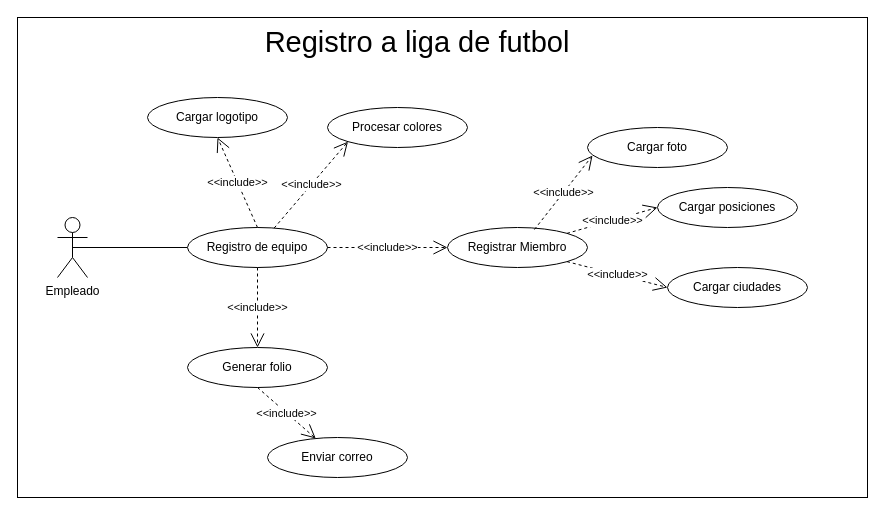
Earlier version of the draw.io diagram Diagramas/Inventario/Back-end/ComponentesR1.drawio (JorgeADnro/Torres). Source tidied: cells renumbered, new cells numbered last; positions are measured from the earlier drawing's top-left corner, leaving out a move shared by most shapes. Both pictures are drawn from the tidied source at 100%, with x=0, y=0 at pixel (17, 17).
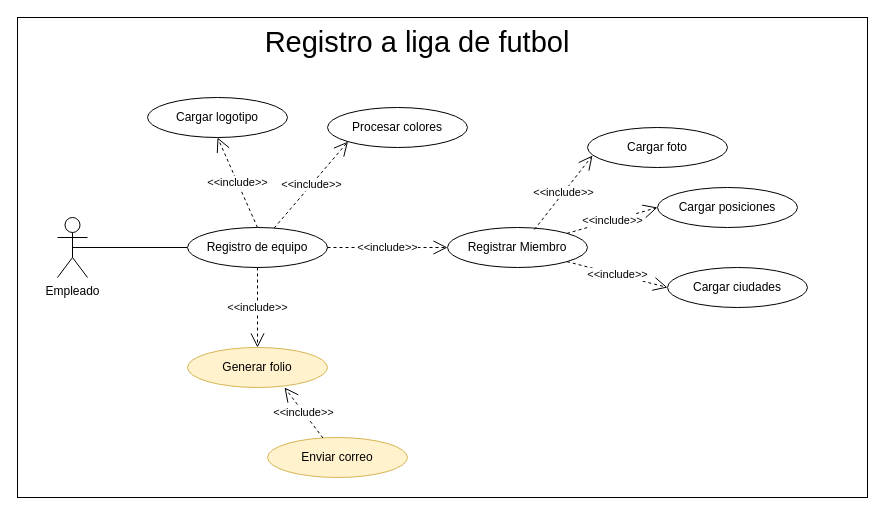
The same page after the edit.

Change to the diagram source:
```diff
@@
-    <mxCell id="7" value="Generar folio" style="ellipse;whiteSpace=wrap;html=1;" parent="1" vertex="1">
+    <mxCell id="7" value="Generar folio" style="ellipse;whiteSpace=wrap;html=1;fillColor=#fff2cc;strokeColor=#d6b656;" parent="1" vertex="1">
       <mxGeometry x="170" y="330" width="140" height="40" as="geometry" />
     </mxCell>
-    <mxCell id="8" value="Enviar correo" style="ellipse;whiteSpace=wrap;html=1;" parent="1" vertex="1">
+    <mxCell id="8" value="Enviar correo" style="ellipse;whiteSpace=wrap;html=1;fillColor=#fff2cc;strokeColor=#d6b656;" parent="1" vertex="1">
       <mxGeometry x="250" y="420" width="140" height="40" as="geometry" />
     </mxCell>
@@
-    <mxCell id="17" value="&amp;lt;&amp;lt;include&amp;gt;&amp;gt;" style="endArrow=open;endSize=12;dashed=1;html=1;rounded=0;exitX=0.5;exitY=1;exitDx=0;exitDy=0;" parent="1" edge="1" source="7" target="8">
-      <mxGeometry relative="1" as="geometry" />
-    </mxCell>
@@
+    <mxCell id="17" value="&amp;lt;&amp;lt;include&amp;gt;&amp;gt;" style="endArrow=open;endSize=12;dashed=1;html=1;rounded=0;entryX=0.693;entryY=1;entryDx=0;entryDy=0;entryPerimeter=0;" parent="1" edge="1" source="8" target="7">
+      <mxGeometry relative="1" as="geometry" />
+    </mxCell>
```
